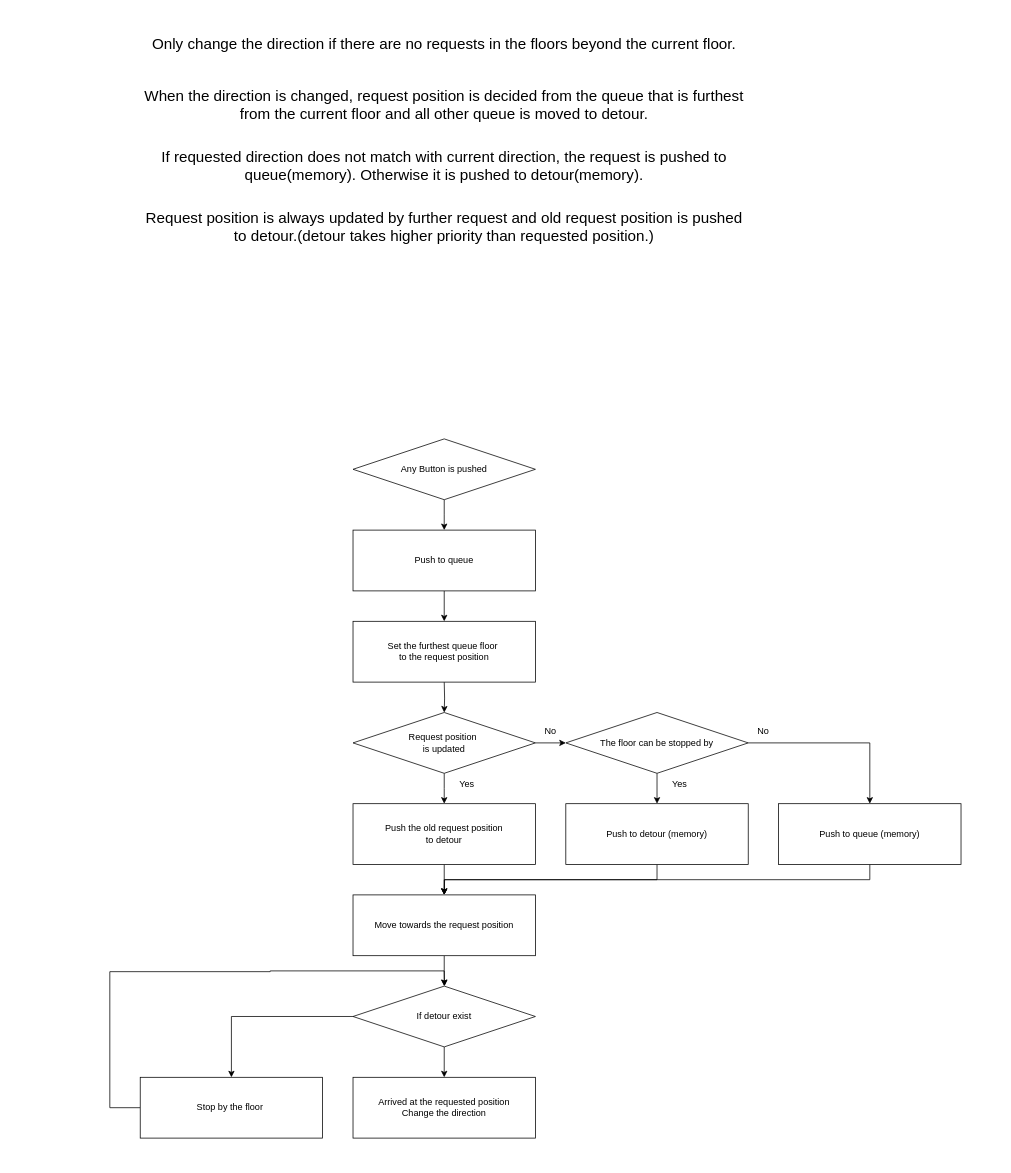
Above: Algorithm.drawio in lkw56/Elevator (draw.io), before the change. Source tidied: cells renumbered, new cells numbered last; positions are measured from the earlier drawing's top-left corner, leaving out a move shared by most shapes. Both pictures are drawn from the tidied source at 76%, with x=0, y=0 at pixel (109, 13).
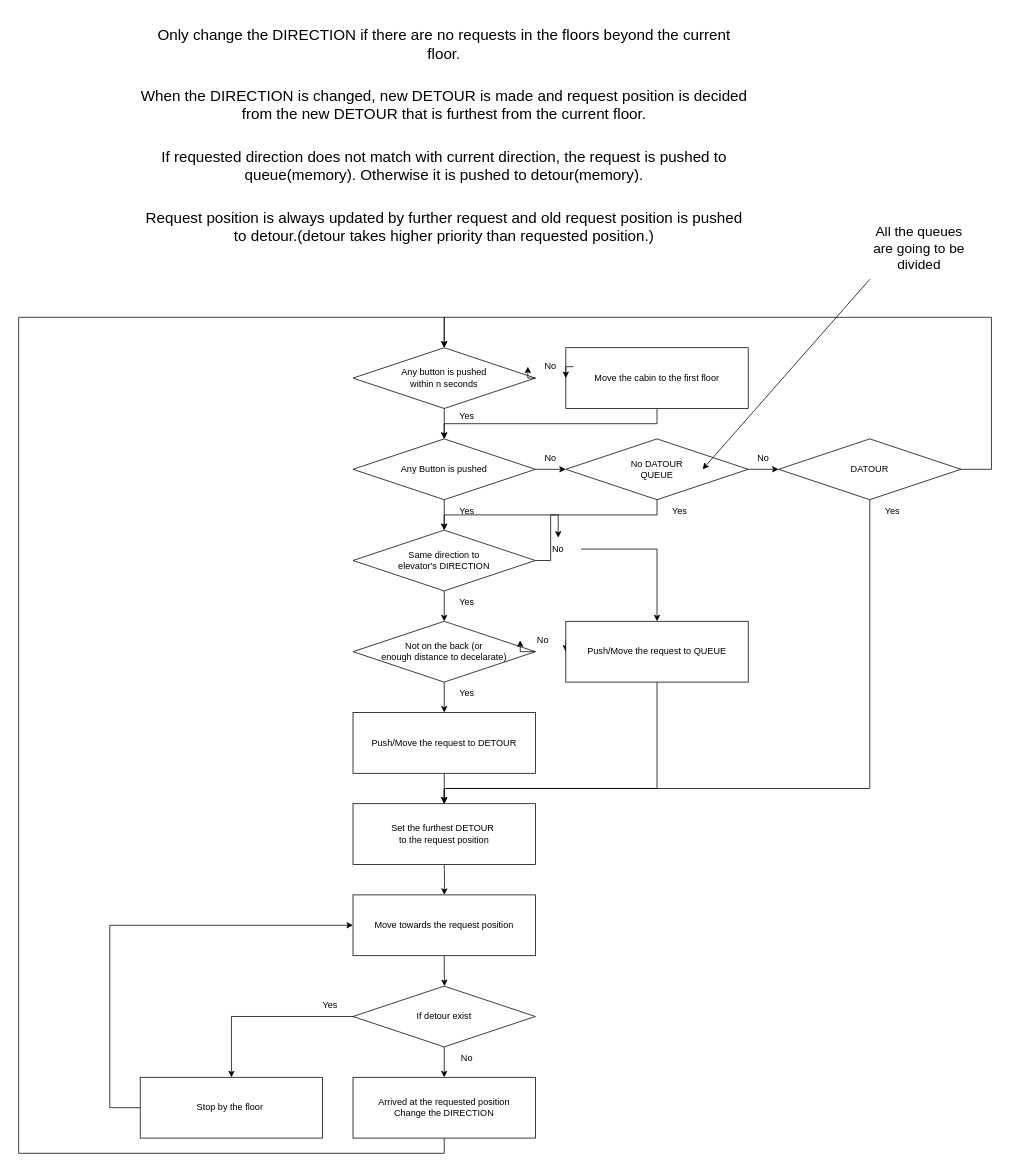
After the change.

Commit message:
Algorithm.drawio を更新します

Unchanged cells that the change refers to:
```xml
<mxCell id="25" value="If detour exist" style="rhombus;whiteSpace=wrap;html=1;" parent="1" vertex="1">
  <mxGeometry x="320" y="1280" width="240" height="80" as="geometry" />
</mxCell>
<mxCell id="27" value="Stop by the floor&amp;nbsp;" style="rounded=0;whiteSpace=wrap;html=1;" parent="1" vertex="1">
  <mxGeometry x="40" y="1400" width="240" height="80" as="geometry" />
</mxCell>
<mxCell id="30" value="Move towards the request position" style="rounded=0;whiteSpace=wrap;html=1;" parent="1" vertex="1">
  <mxGeometry x="320" y="1160" width="240" height="80" as="geometry" />
</mxCell>
<mxCell id="33" value="Any Button is pushed" style="rhombus;whiteSpace=wrap;html=1;" parent="1" vertex="1">
  <mxGeometry x="320" y="560" width="240" height="80" as="geometry" />
</mxCell>
```

What changed in the source:
```diff
@@
-    <mxCell id="2" value="&lt;font style=&quot;font-size: 20px;&quot;&gt;Only change the direction if there are no requests in the floors beyond the current floor.&lt;/font&gt;" style="text;html=1;strokeColor=none;fillColor=none;align=center;verticalAlign=middle;whiteSpace=wrap;rounded=0;" parent="1" vertex="1">
+    <mxCell id="2" value="&lt;font style=&quot;font-size: 20px;&quot;&gt;Only change the DIRECTION if there are no requests in the floors beyond the current floor.&lt;/font&gt;" style="text;html=1;strokeColor=none;fillColor=none;align=center;verticalAlign=middle;whiteSpace=wrap;rounded=0;" parent="1" vertex="1">
       <mxGeometry x="40" width="800" height="80" as="geometry" />
     </mxCell>
-    <mxCell id="3" value="&lt;span style=&quot;font-size: 20px;&quot;&gt;When the direction is changed, request position is decided from the queue that is furthest from the current floor and all other queue is moved to detour.&lt;/span&gt;" style="text;html=1;strokeColor=none;fillColor=none;align=center;verticalAlign=middle;whiteSpace=wrap;rounded=0;" parent="1" vertex="1">
+    <mxCell id="3" value="&lt;span style=&quot;font-size: 20px;&quot;&gt;When the DIRECTION is changed, new DETOUR is made and request position is decided from the new DETOUR that is furthest from the current floor.&lt;/span&gt;" style="text;html=1;strokeColor=none;fillColor=none;align=center;verticalAlign=middle;whiteSpace=wrap;rounded=0;" parent="1" vertex="1">
       <mxGeometry x="40" y="80" width="800" height="80" as="geometry" />
     </mxCell>
@@
-    <mxCell id="6" style="edgeStyle=orthogonalEdgeStyle;rounded=0;jettySize=auto;html=1;exitX=0.5;exitY=1;exitDx=0;exitDy=0;entryX=0.5;entryY=0;entryDx=0;entryDy=0;" parent="1" edge="1" target="9">
-      <mxGeometry relative="1" as="geometry">
-        <mxPoint x="440" y="880" as="sourcePoint" />
-      </mxGeometry>
-    </mxCell>
-    <mxCell id="7" style="edgeStyle=orthogonalEdgeStyle;rounded=0;jettySize=auto;html=1;exitX=0.5;exitY=1;exitDx=0;exitDy=0;entryX=0.5;entryY=0;entryDx=0;entryDy=0;" parent="1" edge="1" source="9">
-      <mxGeometry relative="1" as="geometry">
-        <mxPoint x="440" y="1040" as="targetPoint" />
-      </mxGeometry>
-    </mxCell>
-    <mxCell id="8" style="edgeStyle=orthogonalEdgeStyle;rounded=0;jettySize=auto;html=1;exitX=1;exitY=0.5;exitDx=0;exitDy=0;" parent="1" edge="1" source="9" target="12">
-      <mxGeometry relative="1" as="geometry" />
-    </mxCell>
-    <mxCell id="9" value="Request position&amp;nbsp;&lt;br&gt;is updated" style="rhombus;whiteSpace=wrap;html=1;" parent="1" vertex="1">
-      <mxGeometry x="320" y="920" width="240" height="80" as="geometry" />
-    </mxCell>
-    <mxCell id="10" style="edgeStyle=orthogonalEdgeStyle;rounded=0;jettySize=auto;html=1;exitX=0.5;exitY=1;exitDx=0;exitDy=0;entryX=0.5;entryY=0;entryDx=0;entryDy=0;" parent="1" edge="1" source="12" target="14">
-      <mxGeometry relative="1" as="geometry" />
-    </mxCell>
-    <mxCell id="11" style="edgeStyle=orthogonalEdgeStyle;rounded=0;jettySize=auto;html=1;exitX=1;exitY=0.5;exitDx=0;exitDy=0;" parent="1" edge="1" source="12" target="16">
-      <mxGeometry relative="1" as="geometry" />
-    </mxCell>
-    <mxCell id="12" value="The floor can be stopped by" style="rhombus;whiteSpace=wrap;html=1;" parent="1" vertex="1">
-      <mxGeometry x="600" y="920" width="240" height="80" as="geometry" />
-    </mxCell>
-    <mxCell id="13" style="edgeStyle=orthogonalEdgeStyle;rounded=0;jettySize=auto;html=1;exitX=0.5;exitY=1;exitDx=0;exitDy=0;entryX=0.5;entryY=0;entryDx=0;entryDy=0;" parent="1" edge="1" source="14" target="30">
-      <mxGeometry relative="1" as="geometry" />
-    </mxCell>
-    <mxCell id="14" value="Push to detour (memory)" style="rounded=0;whiteSpace=wrap;html=1;" parent="1" vertex="1">
-      <mxGeometry x="600" y="1040" width="240" height="80" as="geometry" />
-    </mxCell>
-    <mxCell id="15" style="edgeStyle=orthogonalEdgeStyle;rounded=0;jettySize=auto;html=1;exitX=0.5;exitY=1;exitDx=0;exitDy=0;" parent="1" edge="1" source="16">
-      <mxGeometry relative="1" as="geometry">
-        <mxPoint x="440" y="1160" as="targetPoint" />
-      </mxGeometry>
-    </mxCell>
-    <mxCell id="16" value="Push to queue (memory)" style="rounded=0;whiteSpace=wrap;html=1;" parent="1" vertex="1">
-      <mxGeometry x="880" y="1040" width="240" height="80" as="geometry" />
-    </mxCell>
-    <mxCell id="17" value="No" style="text;html=1;strokeColor=none;fillColor=none;align=center;verticalAlign=middle;whiteSpace=wrap;rounded=0;" parent="1" vertex="1">
-      <mxGeometry x="830" y="930" width="60" height="30" as="geometry" />
-    </mxCell>
-    <mxCell id="18" value="Yes" style="text;html=1;strokeColor=none;fillColor=none;align=center;verticalAlign=middle;whiteSpace=wrap;rounded=0;" parent="1" vertex="1">
-      <mxGeometry x="720" y="1000" width="60" height="30" as="geometry" />
-    </mxCell>
-    <mxCell id="19" style="edgeStyle=orthogonalEdgeStyle;rounded=0;jettySize=auto;html=1;exitX=0.5;exitY=1;exitDx=0;exitDy=0;entryX=0.5;entryY=0;entryDx=0;entryDy=0;" parent="1" edge="1" source="20" target="30">
-      <mxGeometry relative="1" as="geometry" />
+    <mxCell id="19" style="edgeStyle=orthogonalEdgeStyle;rounded=0;jettySize=auto;html=1;exitX=0.5;exitY=1;exitDx=0;exitDy=0;entryX=0.5;entryY=0;entryDx=0;entryDy=0;" parent="1" edge="1" target="30">
+      <mxGeometry relative="1" as="geometry">
+        <mxPoint x="440" y="1120" as="sourcePoint" />
+      </mxGeometry>
     </mxCell>
-    <mxCell id="20" value="Push the old request position&lt;br&gt;to detour" style="rounded=0;whiteSpace=wrap;html=1;" parent="1" vertex="1">
-      <mxGeometry x="320" y="1040" width="240" height="80" as="geometry" />
-    </mxCell>
-    <mxCell id="21" value="No" style="text;html=1;strokeColor=none;fillColor=none;align=center;verticalAlign=middle;whiteSpace=wrap;rounded=0;" parent="1" vertex="1">
-      <mxGeometry x="550" y="930" width="60" height="30" as="geometry" />
-    </mxCell>
-    <mxCell id="22" value="Yes" style="text;html=1;strokeColor=none;fillColor=none;align=center;verticalAlign=middle;whiteSpace=wrap;rounded=0;" parent="1" vertex="1">
-      <mxGeometry x="440" y="1000" width="60" height="30" as="geometry" />
-    </mxCell>
@@
-    <mxCell id="26" style="edgeStyle=orthogonalEdgeStyle;rounded=0;jettySize=auto;html=1;exitX=0;exitY=0.5;exitDx=0;exitDy=0;entryX=0.5;entryY=0;entryDx=0;entryDy=0;" parent="1" edge="1" source="27" target="25">
+    <mxCell id="26" style="edgeStyle=orthogonalEdgeStyle;rounded=0;jettySize=auto;html=1;exitX=0;exitY=0.5;exitDx=0;exitDy=0;entryX=0;entryY=0.5;entryDx=0;entryDy=0;" parent="1" edge="1" source="27" target="30">
       <mxGeometry relative="1" as="geometry">
         <Array as="points">
           <mxPoint y="1440" />
-          <mxPoint y="1261" />
-          <mxPoint x="211" y="1261" />
-          <mxPoint x="440" y="1260" />
+          <mxPoint y="1200" />
         </Array>
       </mxGeometry>
     </mxCell>
@@
+    <mxCell id="36" style="edgeStyle=orthogonalEdgeStyle;rounded=0;jettySize=auto;html=1;exitX=0.5;exitY=1;exitDx=0;exitDy=0;entryX=0.5;entryY=0;entryDx=0;entryDy=0;" parent="1" edge="1" source="28" target="65">
+      <mxGeometry relative="1" as="geometry">
+        <Array as="points">
+          <mxPoint x="440" y="1500" />
+          <mxPoint x="-120" y="1500" />
+          <mxPoint x="-120" y="400" />
+          <mxPoint x="440" y="400" />
+        </Array>
+      </mxGeometry>
+    </mxCell>
-    <mxCell id="28" value="Arrived at the requested position&lt;br&gt;Change the direction" style="rounded=0;whiteSpace=wrap;html=1;" parent="1" vertex="1">
+    <mxCell id="28" value="Arrived at the requested position&lt;br&gt;Change the DIRECTION" style="rounded=0;whiteSpace=wrap;html=1;" parent="1" vertex="1">
       <mxGeometry x="320" y="1400" width="240" height="80" as="geometry" />
     </mxCell>
@@
-    <mxCell id="31" value="Set the furthest queue floor&amp;nbsp;&lt;br&gt;to the request position" style="rounded=0;whiteSpace=wrap;html=1;" parent="1" vertex="1">
-      <mxGeometry x="320" y="800" width="240" height="80" as="geometry" />
+    <mxCell id="31" value="Set the furthest DETOUR&amp;nbsp;&lt;br&gt;to the request position" style="rounded=0;whiteSpace=wrap;html=1;" parent="1" vertex="1">
+      <mxGeometry x="320" y="1040" width="240" height="80" as="geometry" />
     </mxCell>
@@
+    <mxCell id="37" style="edgeStyle=orthogonalEdgeStyle;rounded=0;jettySize=auto;html=1;exitX=1;exitY=0.5;exitDx=0;exitDy=0;entryX=0;entryY=0.5;entryDx=0;entryDy=0;" parent="1" edge="1" source="33" target="40">
+      <mxGeometry relative="1" as="geometry" />
+    </mxCell>
@@
-    <mxCell id="34" style="edgeStyle=orthogonalEdgeStyle;rounded=0;jettySize=auto;html=1;exitX=0.5;exitY=1;exitDx=0;exitDy=0;entryX=0.5;entryY=0;entryDx=0;entryDy=0;" parent="1" edge="1" source="35" target="31">
-      <mxGeometry relative="1" as="geometry" />
-    </mxCell>
-    <mxCell id="35" value="Push to queue" style="rounded=0;whiteSpace=wrap;html=1;" parent="1" vertex="1">
-      <mxGeometry x="320" y="680" width="240" height="80" as="geometry" />
-    </mxCell>
+    <mxCell id="38" style="edgeStyle=orthogonalEdgeStyle;rounded=0;jettySize=auto;html=1;exitX=0.5;exitY=1;exitDx=0;exitDy=0;" parent="1" edge="1" source="40" target="45">
+      <mxGeometry relative="1" as="geometry" />
+    </mxCell>
+    <mxCell id="39" style="edgeStyle=orthogonalEdgeStyle;rounded=0;jettySize=auto;html=1;exitX=1;exitY=0.5;exitDx=0;exitDy=0;entryX=0;entryY=0.5;entryDx=0;entryDy=0;" parent="1" edge="1" source="40" target="55">
+      <mxGeometry relative="1" as="geometry" />
+    </mxCell>
+    <mxCell id="40" value="No DATOUR&lt;br&gt;QUEUE" style="rhombus;whiteSpace=wrap;html=1;" parent="1" vertex="1">
+      <mxGeometry x="600" y="560" width="240" height="80" as="geometry" />
+    </mxCell>
+    <mxCell id="41" value="No" style="text;html=1;strokeColor=none;fillColor=none;align=center;verticalAlign=middle;whiteSpace=wrap;rounded=0;" parent="1" vertex="1">
+      <mxGeometry x="550" y="570" width="60" height="30" as="geometry" />
+    </mxCell>
+    <mxCell id="42" value="Yes" style="text;html=1;strokeColor=none;fillColor=none;align=center;verticalAlign=middle;whiteSpace=wrap;rounded=0;" parent="1" vertex="1">
+      <mxGeometry x="440" y="640" width="60" height="30" as="geometry" />
+    </mxCell>
+    <mxCell id="43" style="edgeStyle=orthogonalEdgeStyle;rounded=0;jettySize=auto;html=1;exitX=0.5;exitY=1;exitDx=0;exitDy=0;entryX=0.5;entryY=0;entryDx=0;entryDy=0;" parent="1" edge="1" source="45" target="48">
+      <mxGeometry relative="1" as="geometry" />
+    </mxCell>
+    <mxCell id="44" style="edgeStyle=orthogonalEdgeStyle;rounded=0;jettySize=auto;html=1;exitX=1;exitY=0.5;exitDx=0;exitDy=0;entryX=0.5;entryY=0;entryDx=0;entryDy=0;" parent="1" edge="1" source="72" target="52">
+      <mxGeometry relative="1" as="geometry" />
+    </mxCell>
+    <mxCell id="45" value="Same direction to&lt;br&gt;elevator's DIRECTION" style="rhombus;whiteSpace=wrap;html=1;" parent="1" vertex="1">
+      <mxGeometry x="320" y="680" width="240" height="80" as="geometry" />
+    </mxCell>
+    <mxCell id="46" style="edgeStyle=orthogonalEdgeStyle;rounded=0;jettySize=auto;html=1;exitX=1;exitY=0.5;exitDx=0;exitDy=0;entryX=0;entryY=0.5;entryDx=0;entryDy=0;" parent="1" edge="1" source="69" target="52">
+      <mxGeometry relative="1" as="geometry" />
+    </mxCell>
+    <mxCell id="47" style="edgeStyle=orthogonalEdgeStyle;rounded=0;jettySize=auto;html=1;exitX=0.5;exitY=1;exitDx=0;exitDy=0;entryX=0.5;entryY=0;entryDx=0;entryDy=0;" parent="1" edge="1" source="48" target="50">
+      <mxGeometry relative="1" as="geometry" />
+    </mxCell>
+    <mxCell id="48" value="Not on the back (or&lt;br&gt;enough distance to decelarate)" style="rhombus;whiteSpace=wrap;html=1;" parent="1" vertex="1">
+      <mxGeometry x="320" y="800" width="240" height="80" as="geometry" />
+    </mxCell>
+    <mxCell id="49" style="edgeStyle=orthogonalEdgeStyle;rounded=0;jettySize=auto;html=1;exitX=0.5;exitY=1;exitDx=0;exitDy=0;entryX=0.5;entryY=0;entryDx=0;entryDy=0;" parent="1" edge="1" source="50" target="31">
+      <mxGeometry relative="1" as="geometry" />
+    </mxCell>
+    <mxCell id="50" value="Push/Move the request to DETOUR" style="rounded=0;whiteSpace=wrap;html=1;" parent="1" vertex="1">
+      <mxGeometry x="320" y="920" width="240" height="80" as="geometry" />
+    </mxCell>
+    <mxCell id="51" style="edgeStyle=orthogonalEdgeStyle;rounded=0;jettySize=auto;html=1;exitX=0.5;exitY=1;exitDx=0;exitDy=0;entryX=0.5;entryY=0;entryDx=0;entryDy=0;" parent="1" edge="1" source="52" target="31">
+      <mxGeometry relative="1" as="geometry">
+        <Array as="points">
+          <mxPoint x="720" y="1020" />
+          <mxPoint x="440" y="1020" />
+        </Array>
+      </mxGeometry>
+    </mxCell>
+    <mxCell id="52" value="Push/Move the request to QUEUE" style="rounded=0;whiteSpace=wrap;html=1;" parent="1" vertex="1">
+      <mxGeometry x="600" y="800" width="240" height="80" as="geometry" />
+    </mxCell>
+    <mxCell id="53" style="edgeStyle=orthogonalEdgeStyle;rounded=0;jettySize=auto;html=1;exitX=0.5;exitY=1;exitDx=0;exitDy=0;entryX=0.5;entryY=0;entryDx=0;entryDy=0;" parent="1" edge="1" source="55" target="31">
+      <mxGeometry relative="1" as="geometry">
+        <Array as="points">
+          <mxPoint x="1000" y="1020" />
+          <mxPoint x="440" y="1020" />
+        </Array>
+      </mxGeometry>
+    </mxCell>
+    <mxCell id="54" style="edgeStyle=orthogonalEdgeStyle;rounded=0;jettySize=auto;html=1;exitX=1;exitY=0.5;exitDx=0;exitDy=0;entryX=0.5;entryY=0;entryDx=0;entryDy=0;" parent="1" edge="1" source="55" target="65">
+      <mxGeometry relative="1" as="geometry">
+        <Array as="points">
+          <mxPoint x="1160" y="600" />
+          <mxPoint x="1160" y="400" />
+          <mxPoint x="440" y="400" />
+        </Array>
+      </mxGeometry>
+    </mxCell>
+    <mxCell id="55" value="DATOUR" style="rhombus;whiteSpace=wrap;html=1;" parent="1" vertex="1">
+      <mxGeometry x="880" y="560" width="240" height="80" as="geometry" />
+    </mxCell>
+    <mxCell id="56" value="No" style="text;html=1;strokeColor=none;fillColor=none;align=center;verticalAlign=middle;whiteSpace=wrap;rounded=0;" parent="1" vertex="1">
+      <mxGeometry x="830" y="570" width="60" height="30" as="geometry" />
+    </mxCell>
+    <mxCell id="57" value="Yes" style="text;html=1;strokeColor=none;fillColor=none;align=center;verticalAlign=middle;whiteSpace=wrap;rounded=0;" parent="1" vertex="1">
+      <mxGeometry x="720" y="640" width="60" height="30" as="geometry" />
+    </mxCell>
+    <mxCell id="58" value="Yes" style="text;html=1;strokeColor=none;fillColor=none;align=center;verticalAlign=middle;whiteSpace=wrap;rounded=0;" parent="1" vertex="1">
+      <mxGeometry x="1000" y="640" width="60" height="30" as="geometry" />
+    </mxCell>
+    <mxCell id="59" value="Yes" style="text;html=1;strokeColor=none;fillColor=none;align=center;verticalAlign=middle;whiteSpace=wrap;rounded=0;" parent="1" vertex="1">
+      <mxGeometry x="260" y="1290" width="60" height="30" as="geometry" />
+    </mxCell>
+    <mxCell id="60" value="No" style="text;html=1;strokeColor=none;fillColor=none;align=center;verticalAlign=middle;whiteSpace=wrap;rounded=0;" parent="1" vertex="1">
+      <mxGeometry x="440" y="1360" width="60" height="30" as="geometry" />
+    </mxCell>
+    <mxCell id="61" style="edgeStyle=orthogonalEdgeStyle;rounded=0;jettySize=auto;html=1;exitX=0.5;exitY=1;exitDx=0;exitDy=0;entryX=0.5;entryY=0;entryDx=0;entryDy=0;" parent="1" edge="1" source="62" target="33">
+      <mxGeometry relative="1" as="geometry" />
+    </mxCell>
+    <mxCell id="62" value="Move the cabin to the first floor" style="rounded=0;whiteSpace=wrap;html=1;" parent="1" vertex="1">
+      <mxGeometry x="600" y="440" width="240" height="80" as="geometry" />
+    </mxCell>
+    <mxCell id="63" style="edgeStyle=orthogonalEdgeStyle;rounded=0;jettySize=auto;html=1;exitX=0.5;exitY=1;exitDx=0;exitDy=0;entryX=0.5;entryY=0;entryDx=0;entryDy=0;" parent="1" edge="1" source="65" target="33">
+      <mxGeometry relative="1" as="geometry" />
+    </mxCell>
+    <mxCell id="64" style="edgeStyle=orthogonalEdgeStyle;rounded=0;jettySize=auto;html=1;exitX=1;exitY=0.5;exitDx=0;exitDy=0;entryX=0;entryY=0.5;entryDx=0;entryDy=0;" parent="1" edge="1" source="75" target="62">
+      <mxGeometry relative="1" as="geometry" />
+    </mxCell>
+    <mxCell id="65" value="Any button is pushed&lt;br&gt;within n seconds" style="rhombus;whiteSpace=wrap;html=1;" parent="1" vertex="1">
+      <mxGeometry x="320" y="440" width="240" height="80" as="geometry" />
+    </mxCell>
+    <mxCell id="66" value="&lt;font style=&quot;font-size: 18px;&quot;&gt;All the queues are going to be divided&lt;/font&gt;" style="text;html=1;strokeColor=none;fillColor=none;align=center;verticalAlign=middle;whiteSpace=wrap;rounded=0;" parent="1" vertex="1">
+      <mxGeometry x="1000" y="270" width="130" height="80" as="geometry" />
+    </mxCell>
+    <mxCell id="67" style="endArrow=classic;html=1;rounded=0;exitX=0;exitY=1;exitDx=0;exitDy=0;entryX=0.75;entryY=0.5;entryDx=0;entryDy=0;entryPerimeter=0;" parent="1" edge="1" source="66" target="40">
+      <mxGeometry relative="1" as="geometry" />
+    </mxCell>
+    <mxCell id="68" style="edgeStyle=orthogonalEdgeStyle;rounded=0;jettySize=auto;html=1;exitX=1;exitY=0.5;exitDx=0;exitDy=0;entryX=0;entryY=0.5;entryDx=0;entryDy=0;" parent="1" edge="1" source="48" target="69">
+      <mxGeometry relative="1" as="geometry" />
+    </mxCell>
+    <mxCell id="69" value="No" style="text;html=1;strokeColor=none;fillColor=none;align=center;verticalAlign=middle;whiteSpace=wrap;rounded=0;" parent="1" vertex="1">
+      <mxGeometry x="540" y="810" width="60" height="30" as="geometry" />
+    </mxCell>
+    <mxCell id="70" value="Yes" style="text;html=1;strokeColor=none;fillColor=none;align=center;verticalAlign=middle;whiteSpace=wrap;rounded=0;" parent="1" vertex="1">
+      <mxGeometry x="440" y="880" width="60" height="30" as="geometry" />
+    </mxCell>
+    <mxCell id="71" style="edgeStyle=orthogonalEdgeStyle;rounded=0;jettySize=auto;html=1;exitX=1;exitY=0.5;exitDx=0;exitDy=0;entryX=0.5;entryY=0;entryDx=0;entryDy=0;" parent="1" edge="1" source="45" target="72">
+      <mxGeometry relative="1" as="geometry" />
+    </mxCell>
+    <mxCell id="72" value="No" style="text;html=1;strokeColor=none;fillColor=none;align=center;verticalAlign=middle;whiteSpace=wrap;rounded=0;" parent="1" vertex="1">
+      <mxGeometry x="560" y="690" width="60" height="30" as="geometry" />
+    </mxCell>
+    <mxCell id="73" value="Yes" style="text;html=1;strokeColor=none;fillColor=none;align=center;verticalAlign=middle;whiteSpace=wrap;rounded=0;" parent="1" vertex="1">
+      <mxGeometry x="440" y="760" width="60" height="30" as="geometry" />
+    </mxCell>
+    <mxCell id="74" style="edgeStyle=orthogonalEdgeStyle;rounded=0;jettySize=auto;html=1;exitX=1;exitY=0.5;exitDx=0;exitDy=0;entryX=0;entryY=0.5;entryDx=0;entryDy=0;" parent="1" edge="1" source="65" target="75">
+      <mxGeometry relative="1" as="geometry" />
+    </mxCell>
+    <mxCell id="75" value="No" style="text;html=1;strokeColor=none;fillColor=none;align=center;verticalAlign=middle;whiteSpace=wrap;rounded=0;" parent="1" vertex="1">
+      <mxGeometry x="550" y="450" width="60" height="30" as="geometry" />
+    </mxCell>
+    <mxCell id="76" value="Yes" style="text;html=1;strokeColor=none;fillColor=none;align=center;verticalAlign=middle;whiteSpace=wrap;rounded=0;" parent="1" vertex="1">
+      <mxGeometry x="440" y="515" width="60" height="30" as="geometry" />
+    </mxCell>
```
